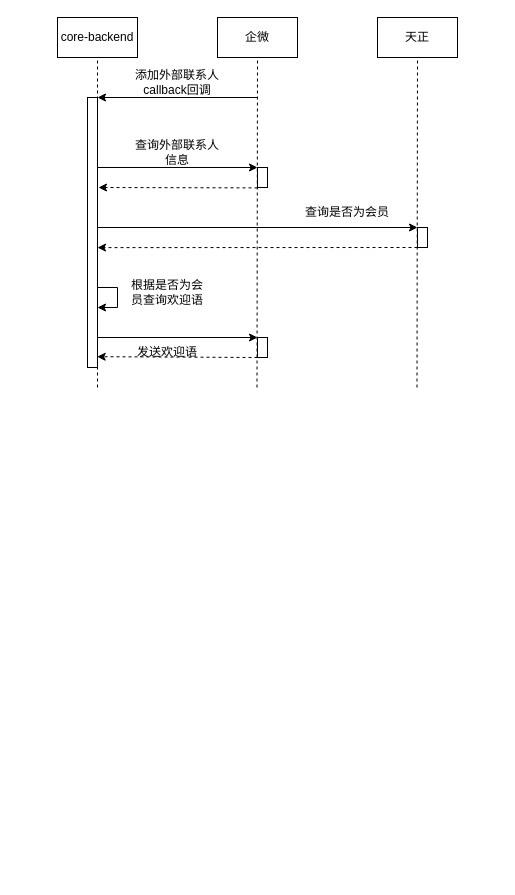
The draw.io diagram VF/发送欢迎语.drawio in yeahsyoung/diagram, before the edit. Source tidied: cells renumbered, new cells numbered last; positions are measured from the earlier drawing's top-left corner, leaving out a move shared by most shapes. Both pictures are drawn from the tidied source at 100%, with x=0, y=0 at pixel (57, 17).
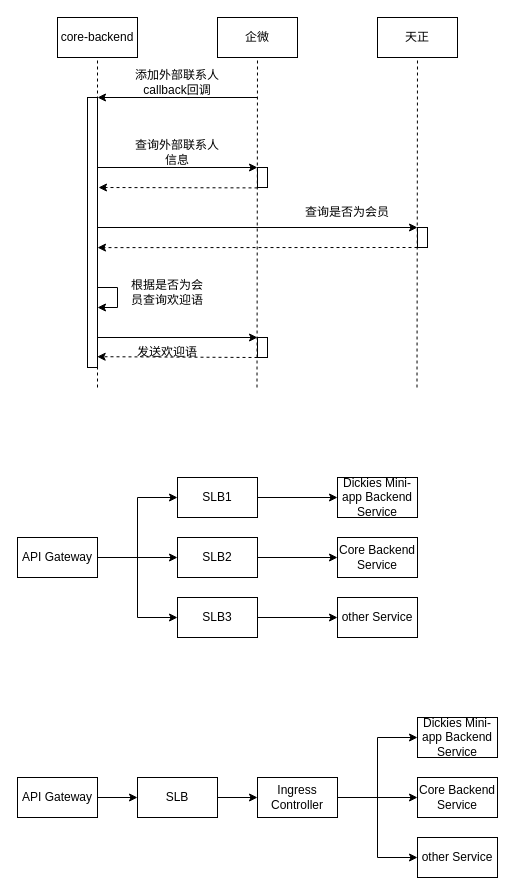
The same diagram, later.

Commit message:
更新发送欢迎语.drawio

The change refers to these unchanged cells:
```xml
<mxCell id="10" style="rounded=0;whiteSpace=wrap;html=1;" parent="1" vertex="1">
  <mxGeometry x="30" y="80" width="10" height="270" as="geometry" />
</mxCell>
```

The edit, as a diff of the source:
```diff
@@
-    <mxCell id="8" style="endArrow=classic;html=1;rounded=0;" parent="1" edge="1">
+    <mxCell id="8" style="endArrow=classic;html=1;rounded=0;entryX=1;entryY=0;entryDx=0;entryDy=0;" parent="1" edge="1" target="10">
       <mxGeometry relative="1" as="geometry">
         <mxPoint x="200" y="80" as="sourcePoint" />
-        <mxPoint x="40" y="80" as="targetPoint" />
       </mxGeometry>
     </mxCell>
@@
+    <mxCell id="25" style="edgeStyle=orthogonalEdgeStyle;rounded=0;jettySize=auto;html=1;" parent="1" edge="1" source="28" target="30">
+      <mxGeometry relative="1" as="geometry" />
+    </mxCell>
+    <mxCell id="26" style="edgeStyle=orthogonalEdgeStyle;rounded=0;jettySize=auto;html=1;exitX=1;exitY=0.5;exitDx=0;exitDy=0;entryX=0;entryY=0.5;entryDx=0;entryDy=0;" parent="1" edge="1" source="28" target="36">
+      <mxGeometry relative="1" as="geometry" />
+    </mxCell>
+    <mxCell id="27" style="edgeStyle=orthogonalEdgeStyle;rounded=0;jettySize=auto;html=1;exitX=1;exitY=0.5;exitDx=0;exitDy=0;entryX=0;entryY=0.5;entryDx=0;entryDy=0;" parent="1" edge="1" source="28" target="33">
+      <mxGeometry relative="1" as="geometry" />
+    </mxCell>
+    <mxCell id="28" value="API Gateway" style="rounded=0;whiteSpace=wrap;html=1;" parent="1" vertex="1">
+      <mxGeometry x="-40" y="520" width="80" height="40" as="geometry" />
+    </mxCell>
+    <mxCell id="29" style="edgeStyle=orthogonalEdgeStyle;rounded=0;jettySize=auto;html=1;" parent="1" edge="1" source="30" target="31">
+      <mxGeometry relative="1" as="geometry" />
+    </mxCell>
+    <mxCell id="30" value="SLB2" style="rounded=0;whiteSpace=wrap;html=1;" parent="1" vertex="1">
+      <mxGeometry x="120" y="520" width="80" height="40" as="geometry" />
+    </mxCell>
+    <mxCell id="31" value="Core Backend Service" style="rounded=0;whiteSpace=wrap;html=1;" parent="1" vertex="1">
+      <mxGeometry x="280" y="520" width="80" height="40" as="geometry" />
+    </mxCell>
+    <mxCell id="32" style="edgeStyle=orthogonalEdgeStyle;rounded=0;jettySize=auto;html=1;" parent="1" edge="1" source="33" target="34">
+      <mxGeometry relative="1" as="geometry" />
+    </mxCell>
+    <mxCell id="33" value="SLB3" style="rounded=0;whiteSpace=wrap;html=1;" parent="1" vertex="1">
+      <mxGeometry x="120" y="580" width="80" height="40" as="geometry" />
+    </mxCell>
+    <mxCell id="34" value="other Service" style="rounded=0;whiteSpace=wrap;html=1;" parent="1" vertex="1">
+      <mxGeometry x="280" y="580" width="80" height="40" as="geometry" />
+    </mxCell>
+    <mxCell id="35" style="edgeStyle=orthogonalEdgeStyle;rounded=0;jettySize=auto;html=1;" parent="1" edge="1" source="36" target="37">
+      <mxGeometry relative="1" as="geometry" />
+    </mxCell>
+    <mxCell id="36" value="SLB1" style="rounded=0;whiteSpace=wrap;html=1;" parent="1" vertex="1">
+      <mxGeometry x="120" y="460" width="80" height="40" as="geometry" />
+    </mxCell>
+    <mxCell id="37" value="Dickies Mini-app Backend Service" style="rounded=0;whiteSpace=wrap;html=1;" parent="1" vertex="1">
+      <mxGeometry x="280" y="460" width="80" height="40" as="geometry" />
+    </mxCell>
+    <mxCell id="38" style="edgeStyle=orthogonalEdgeStyle;rounded=0;jettySize=auto;html=1;" parent="1" edge="1" source="39" target="42">
+      <mxGeometry relative="1" as="geometry" />
+    </mxCell>
+    <mxCell id="39" value="API Gateway" style="rounded=0;whiteSpace=wrap;html=1;" parent="1" vertex="1">
+      <mxGeometry x="-40" y="760" width="80" height="40" as="geometry" />
+    </mxCell>
+    <mxCell id="40" style="edgeStyle=orthogonalEdgeStyle;rounded=0;jettySize=auto;html=1;exitX=1;exitY=0.5;exitDx=0;exitDy=0;" parent="1" edge="1" source="48" target="43">
+      <mxGeometry relative="1" as="geometry" />
+    </mxCell>
+    <mxCell id="41" style="edgeStyle=orthogonalEdgeStyle;rounded=0;jettySize=auto;html=1;exitX=1;exitY=0.5;exitDx=0;exitDy=0;entryX=0;entryY=0.5;entryDx=0;entryDy=0;" parent="1" edge="1" source="42" target="48">
+      <mxGeometry relative="1" as="geometry" />
+    </mxCell>
+    <mxCell id="42" value="SLB" style="rounded=0;whiteSpace=wrap;html=1;" parent="1" vertex="1">
+      <mxGeometry x="80" y="760" width="80" height="40" as="geometry" />
+    </mxCell>
+    <mxCell id="43" value="Core Backend Service" style="rounded=0;whiteSpace=wrap;html=1;" parent="1" vertex="1">
+      <mxGeometry x="360" y="760" width="80" height="40" as="geometry" />
+    </mxCell>
+    <mxCell id="44" value="other Service" style="rounded=0;whiteSpace=wrap;html=1;" parent="1" vertex="1">
+      <mxGeometry x="360" y="820" width="80" height="40" as="geometry" />
+    </mxCell>
+    <mxCell id="45" value="Dickies Mini-app Backend Service" style="rounded=0;whiteSpace=wrap;html=1;" parent="1" vertex="1">
+      <mxGeometry x="360" y="700" width="80" height="40" as="geometry" />
+    </mxCell>
+    <mxCell id="46" style="edgeStyle=orthogonalEdgeStyle;rounded=0;jettySize=auto;html=1;exitX=1;exitY=0.5;exitDx=0;exitDy=0;entryX=0;entryY=0.5;entryDx=0;entryDy=0;" parent="1" edge="1" source="48" target="45">
+      <mxGeometry relative="1" as="geometry" />
+    </mxCell>
+    <mxCell id="47" style="edgeStyle=orthogonalEdgeStyle;rounded=0;jettySize=auto;html=1;exitX=1;exitY=0.5;exitDx=0;exitDy=0;entryX=0;entryY=0.5;entryDx=0;entryDy=0;" parent="1" edge="1" source="48" target="44">
+      <mxGeometry relative="1" as="geometry" />
+    </mxCell>
+    <mxCell id="48" value="Ingress Controller" style="rounded=0;whiteSpace=wrap;html=1;" parent="1" vertex="1">
+      <mxGeometry x="200" y="760" width="80" height="40" as="geometry" />
+    </mxCell>
```
